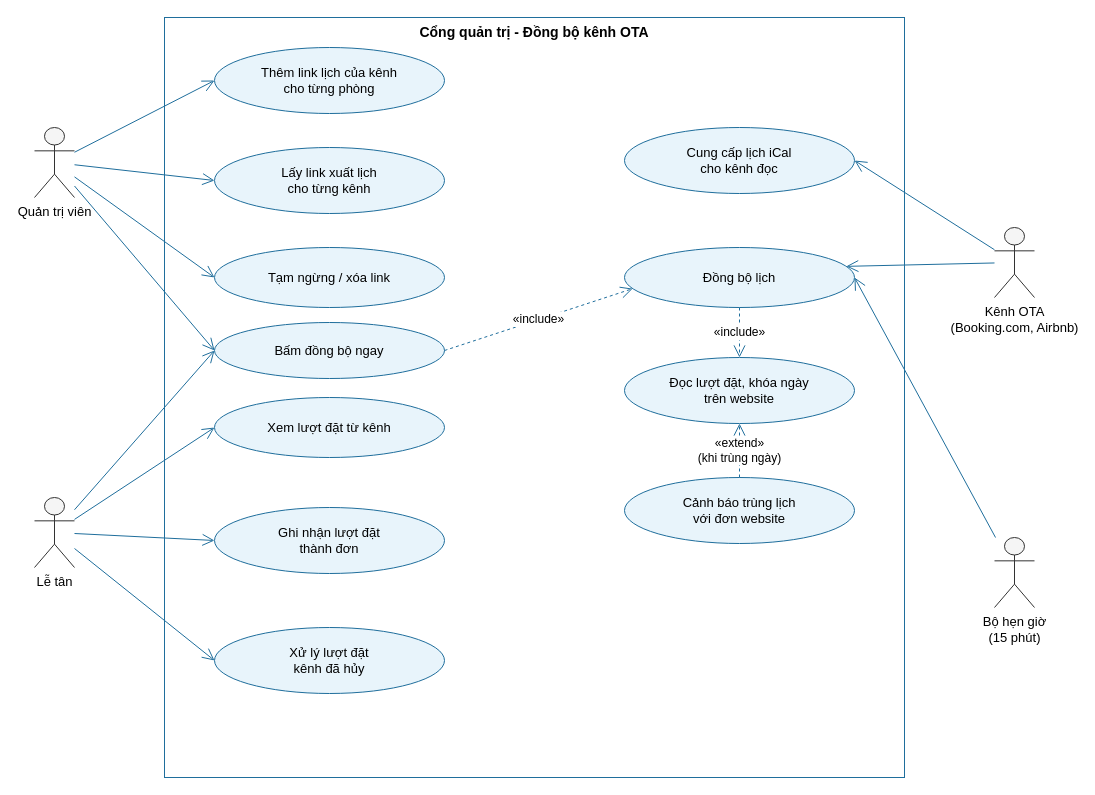
ngynquchn2511/beach-hotel keeps this draw.io diagram as docs/use-case/uc9-dong-bo-ota.drawio. Above is the earlier version. Source tidied: cells renumbered, new cells numbered last; positions are measured from the earlier drawing's top-left corner, leaving out a move shared by most shapes. Both pictures are drawn from the tidied source at 100%, with x=0, y=0 at pixel (34, 17).
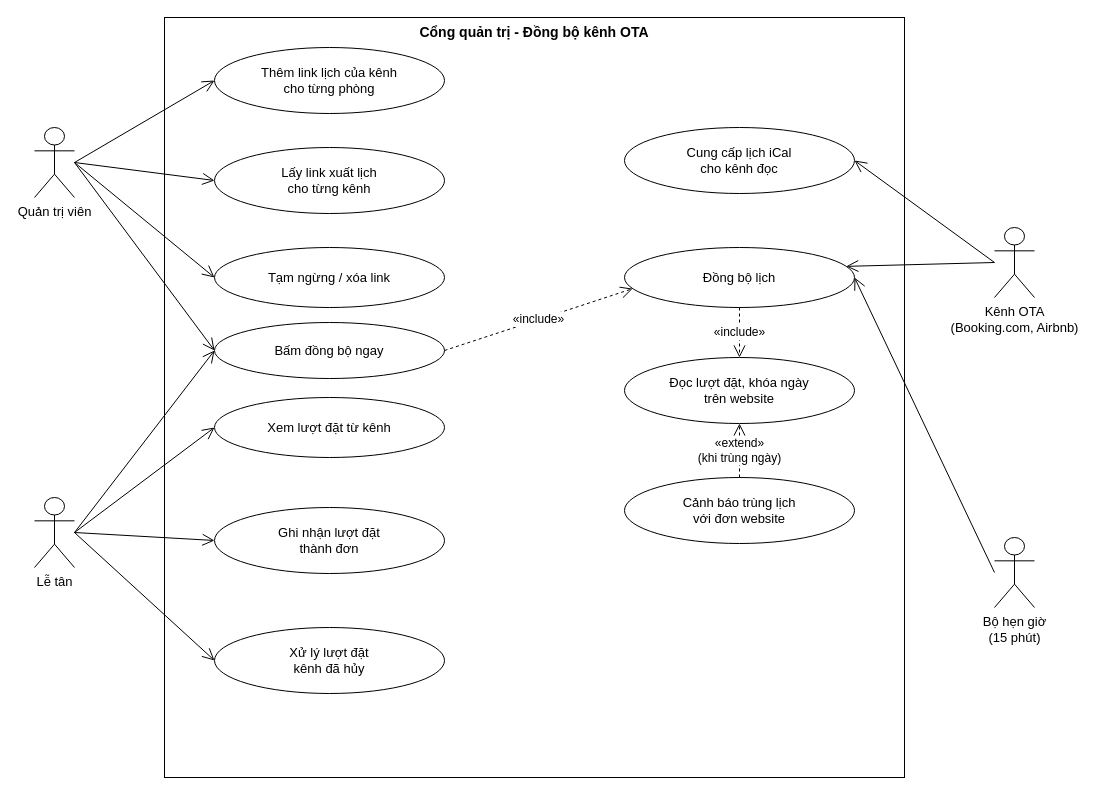
After the change.

Diff of the diagram source:
```diff
@@
-    <mxCell id="2" value="Cổng quản trị - Đồng bộ kênh OTA" style="rounded=0;whiteSpace=wrap;html=1;verticalAlign=top;fontStyle=1;fontSize=14;fillColor=none;strokeColor=#1F6E9C;" parent="1" vertex="1">
+    <mxCell id="2" value="Cổng quản trị - Đồng bộ kênh OTA" style="rounded=0;whiteSpace=wrap;html=1;verticalAlign=top;fontStyle=1;fontSize=14;fillColor=none;strokeColor=#000000;" parent="1" vertex="1">
       <mxGeometry x="130" width="740" height="760" as="geometry" />
     </mxCell>
-    <mxCell id="3" value="Quản trị viên" style="shape=umlActor;verticalLabelPosition=bottom;verticalAlign=top;html=1;outlineConnect=0;fillColor=#F5F5F5;strokeColor=#333333;fontSize=13;" parent="1" vertex="1">
+    <mxCell id="3" value="Quản trị viên" style="shape=umlActor;verticalLabelPosition=bottom;verticalAlign=top;html=1;outlineConnect=0;fillColor=#FFFFFF;strokeColor=#000000;fontSize=13;" parent="1" vertex="1">
       <mxGeometry y="110" width="40" height="70" as="geometry" />
     </mxCell>
-    <mxCell id="4" value="Lễ tân" style="shape=umlActor;verticalLabelPosition=bottom;verticalAlign=top;html=1;outlineConnect=0;fillColor=#F5F5F5;strokeColor=#333333;fontSize=13;" parent="1" vertex="1">
+    <mxCell id="4" value="Lễ tân" style="shape=umlActor;verticalLabelPosition=bottom;verticalAlign=top;html=1;outlineConnect=0;fillColor=#FFFFFF;strokeColor=#000000;fontSize=13;" parent="1" vertex="1">
       <mxGeometry y="480" width="40" height="70" as="geometry" />
     </mxCell>
-    <mxCell id="5" value="Kênh OTA&lt;br&gt;(Booking.com, Airbnb)" style="shape=umlActor;verticalLabelPosition=bottom;verticalAlign=top;html=1;outlineConnect=0;fillColor=#F5F5F5;strokeColor=#333333;fontSize=13;" parent="1" vertex="1">
+    <mxCell id="5" value="Kênh OTA&lt;br&gt;(Booking.com, Airbnb)" style="shape=umlActor;verticalLabelPosition=bottom;verticalAlign=top;html=1;outlineConnect=0;fillColor=#FFFFFF;strokeColor=#000000;fontSize=13;" parent="1" vertex="1">
       <mxGeometry x="960" y="210" width="40" height="70" as="geometry" />
     </mxCell>
-    <mxCell id="6" value="Bộ hẹn giờ&lt;br&gt;(15 phút)" style="shape=umlActor;verticalLabelPosition=bottom;verticalAlign=top;html=1;outlineConnect=0;fillColor=#F5F5F5;strokeColor=#333333;fontSize=13;" parent="1" vertex="1">
+    <mxCell id="6" value="Bộ hẹn giờ&lt;br&gt;(15 phút)" style="shape=umlActor;verticalLabelPosition=bottom;verticalAlign=top;html=1;outlineConnect=0;fillColor=#FFFFFF;strokeColor=#000000;fontSize=13;" parent="1" vertex="1">
       <mxGeometry x="960" y="520" width="40" height="70" as="geometry" />
     </mxCell>
-    <mxCell id="7" value="Thêm link lịch của kênh&lt;br&gt;cho từng phòng" style="ellipse;whiteSpace=wrap;html=1;fillColor=#E8F4FB;strokeColor=#1F6E9C;fontSize=13;" parent="1" vertex="1">
+    <mxCell id="7" value="Thêm link lịch của kênh&lt;br&gt;cho từng phòng" style="ellipse;whiteSpace=wrap;html=1;fillColor=#FFFFFF;strokeColor=#000000;fontSize=13;" parent="1" vertex="1">
       <mxGeometry x="180" y="30" width="230" height="66" as="geometry" />
     </mxCell>
-    <mxCell id="8" value="Lấy link xuất lịch&lt;br&gt;cho từng kênh" style="ellipse;whiteSpace=wrap;html=1;fillColor=#E8F4FB;strokeColor=#1F6E9C;fontSize=13;" parent="1" vertex="1">
+    <mxCell id="8" value="Lấy link xuất lịch&lt;br&gt;cho từng kênh" style="ellipse;whiteSpace=wrap;html=1;fillColor=#FFFFFF;strokeColor=#000000;fontSize=13;" parent="1" vertex="1">
       <mxGeometry x="180" y="130" width="230" height="66" as="geometry" />
     </mxCell>
-    <mxCell id="9" value="Tạm ngừng / xóa link" style="ellipse;whiteSpace=wrap;html=1;fillColor=#E8F4FB;strokeColor=#1F6E9C;fontSize=13;" parent="1" vertex="1">
+    <mxCell id="9" value="Tạm ngừng / xóa link" style="ellipse;whiteSpace=wrap;html=1;fillColor=#FFFFFF;strokeColor=#000000;fontSize=13;" parent="1" vertex="1">
       <mxGeometry x="180" y="230" width="230" height="60" as="geometry" />
     </mxCell>
-    <mxCell id="10" value="Đồng bộ lịch" style="ellipse;whiteSpace=wrap;html=1;fillColor=#E8F4FB;strokeColor=#1F6E9C;fontSize=13;" parent="1" vertex="1">
+    <mxCell id="10" value="Đồng bộ lịch" style="ellipse;whiteSpace=wrap;html=1;fillColor=#FFFFFF;strokeColor=#000000;fontSize=13;" parent="1" vertex="1">
       <mxGeometry x="590" y="230" width="230" height="60" as="geometry" />
     </mxCell>
-    <mxCell id="11" value="Đọc lượt đặt, khóa ngày&lt;br&gt;trên website" style="ellipse;whiteSpace=wrap;html=1;fillColor=#E8F4FB;strokeColor=#1F6E9C;fontSize=13;" parent="1" vertex="1">
+    <mxCell id="11" value="Đọc lượt đặt, khóa ngày&lt;br&gt;trên website" style="ellipse;whiteSpace=wrap;html=1;fillColor=#FFFFFF;strokeColor=#000000;fontSize=13;" parent="1" vertex="1">
       <mxGeometry x="590" y="340" width="230" height="66" as="geometry" />
     </mxCell>
-    <mxCell id="12" value="Cảnh báo trùng lịch&lt;br&gt;với đơn website" style="ellipse;whiteSpace=wrap;html=1;fillColor=#E8F4FB;strokeColor=#1F6E9C;fontSize=13;" parent="1" vertex="1">
+    <mxCell id="12" value="Cảnh báo trùng lịch&lt;br&gt;với đơn website" style="ellipse;whiteSpace=wrap;html=1;fillColor=#FFFFFF;strokeColor=#000000;fontSize=13;" parent="1" vertex="1">
       <mxGeometry x="590" y="460" width="230" height="66" as="geometry" />
     </mxCell>
-    <mxCell id="13" value="Xem lượt đặt từ kênh" style="ellipse;whiteSpace=wrap;html=1;fillColor=#E8F4FB;strokeColor=#1F6E9C;fontSize=13;" parent="1" vertex="1">
+    <mxCell id="13" value="Xem lượt đặt từ kênh" style="ellipse;whiteSpace=wrap;html=1;fillColor=#FFFFFF;strokeColor=#000000;fontSize=13;" parent="1" vertex="1">
       <mxGeometry x="180" y="380" width="230" height="60" as="geometry" />
     </mxCell>
-    <mxCell id="14" value="Ghi nhận lượt đặt&lt;br&gt;thành đơn" style="ellipse;whiteSpace=wrap;html=1;fillColor=#E8F4FB;strokeColor=#1F6E9C;fontSize=13;" parent="1" vertex="1">
+    <mxCell id="14" value="Ghi nhận lượt đặt&lt;br&gt;thành đơn" style="ellipse;whiteSpace=wrap;html=1;fillColor=#FFFFFF;strokeColor=#000000;fontSize=13;" parent="1" vertex="1">
       <mxGeometry x="180" y="490" width="230" height="66" as="geometry" />
     </mxCell>
-    <mxCell id="15" value="Xử lý lượt đặt&lt;br&gt;kênh đã hủy" style="ellipse;whiteSpace=wrap;html=1;fillColor=#E8F4FB;strokeColor=#1F6E9C;fontSize=13;" parent="1" vertex="1">
+    <mxCell id="15" value="Xử lý lượt đặt&lt;br&gt;kênh đã hủy" style="ellipse;whiteSpace=wrap;html=1;fillColor=#FFFFFF;strokeColor=#000000;fontSize=13;" parent="1" vertex="1">
       <mxGeometry x="180" y="610" width="230" height="66" as="geometry" />
     </mxCell>
-    <mxCell id="16" value="Cung cấp lịch iCal&lt;br&gt;cho kênh đọc" style="ellipse;whiteSpace=wrap;html=1;fillColor=#E8F4FB;strokeColor=#1F6E9C;fontSize=13;" parent="1" vertex="1">
+    <mxCell id="16" value="Cung cấp lịch iCal&lt;br&gt;cho kênh đọc" style="ellipse;whiteSpace=wrap;html=1;fillColor=#FFFFFF;strokeColor=#000000;fontSize=13;" parent="1" vertex="1">
       <mxGeometry x="590" y="110" width="230" height="66" as="geometry" />
     </mxCell>
-    <mxCell id="17" style="endArrow=open;endSize=10;html=1;strokeColor=#1F6E9C;entryX=0;entryY=0.5;entryDx=0;entryDy=0;" parent="1" edge="1" source="3" target="7">
+    <mxCell id="17" style="endArrow=open;endSize=10;html=1;strokeColor=#000000;entryX=0;entryY=0.5;entryDx=0;entryDy=0;exitX=1;exitY=0.5;exitPerimeter=0;" parent="1" edge="1" source="3" target="7">
       <mxGeometry relative="1" as="geometry" />
     </mxCell>
-    <mxCell id="18" style="endArrow=open;endSize=10;html=1;strokeColor=#1F6E9C;entryX=0;entryY=0.5;entryDx=0;entryDy=0;" parent="1" edge="1" source="3" target="8">
+    <mxCell id="18" style="endArrow=open;endSize=10;html=1;strokeColor=#000000;entryX=0;entryY=0.5;entryDx=0;entryDy=0;exitX=1;exitY=0.5;exitPerimeter=0;" parent="1" edge="1" source="3" target="8">
       <mxGeometry relative="1" as="geometry" />
     </mxCell>
-    <mxCell id="19" style="endArrow=open;endSize=10;html=1;strokeColor=#1F6E9C;entryX=0;entryY=0.5;entryDx=0;entryDy=0;" parent="1" edge="1" source="3" target="9">
+    <mxCell id="19" style="endArrow=open;endSize=10;html=1;strokeColor=#000000;entryX=0;entryY=0.5;entryDx=0;entryDy=0;exitX=1;exitY=0.5;exitPerimeter=0;" parent="1" edge="1" source="3" target="9">
       <mxGeometry relative="1" as="geometry" />
     </mxCell>
-    <mxCell id="20" value="Bấm đồng bộ ngay" style="ellipse;whiteSpace=wrap;html=1;fillColor=#E8F4FB;strokeColor=#1F6E9C;fontSize=13;" parent="1" vertex="1">
+    <mxCell id="20" value="Bấm đồng bộ ngay" style="ellipse;whiteSpace=wrap;html=1;fillColor=#FFFFFF;strokeColor=#000000;fontSize=13;" parent="1" vertex="1">
       <mxGeometry x="180" y="305" width="230" height="56" as="geometry" />
     </mxCell>
-    <mxCell id="21" style="endArrow=open;endSize=10;html=1;strokeColor=#1F6E9C;entryX=0;entryY=0.5;entryDx=0;entryDy=0;" parent="1" edge="1" source="3" target="20">
+    <mxCell id="21" style="endArrow=open;endSize=10;html=1;strokeColor=#000000;entryX=0;entryY=0.5;entryDx=0;entryDy=0;exitX=1;exitY=0.5;exitPerimeter=0;" parent="1" edge="1" source="3" target="20">
       <mxGeometry relative="1" as="geometry" />
     </mxCell>
-    <mxCell id="22" style="endArrow=open;endSize=10;html=1;strokeColor=#1F6E9C;entryX=0;entryY=0.5;entryDx=0;entryDy=0;" parent="1" edge="1" source="4" target="13">
+    <mxCell id="22" style="endArrow=open;endSize=10;html=1;strokeColor=#000000;entryX=0;entryY=0.5;entryDx=0;entryDy=0;exitX=1;exitY=0.5;exitPerimeter=0;" parent="1" edge="1" source="4" target="13">
       <mxGeometry relative="1" as="geometry" />
     </mxCell>
-    <mxCell id="23" style="endArrow=open;endSize=10;html=1;strokeColor=#1F6E9C;entryX=0;entryY=0.5;entryDx=0;entryDy=0;" parent="1" edge="1" source="4" target="14">
+    <mxCell id="23" style="endArrow=open;endSize=10;html=1;strokeColor=#000000;entryX=0;entryY=0.5;entryDx=0;entryDy=0;exitX=1;exitY=0.5;exitPerimeter=0;" parent="1" edge="1" source="4" target="14">
       <mxGeometry relative="1" as="geometry" />
     </mxCell>
-    <mxCell id="24" style="endArrow=open;endSize=10;html=1;strokeColor=#1F6E9C;entryX=0;entryY=0.5;entryDx=0;entryDy=0;" parent="1" edge="1" source="4" target="15">
+    <mxCell id="24" style="endArrow=open;endSize=10;html=1;strokeColor=#000000;entryX=0;entryY=0.5;entryDx=0;entryDy=0;exitX=1;exitY=0.5;exitPerimeter=0;" parent="1" edge="1" source="4" target="15">
       <mxGeometry relative="1" as="geometry" />
     </mxCell>
-    <mxCell id="25" style="endArrow=open;endSize=10;html=1;strokeColor=#1F6E9C;entryX=0;entryY=0.5;entryDx=0;entryDy=0;" parent="1" edge="1" source="4" target="20">
+    <mxCell id="25" style="endArrow=open;endSize=10;html=1;strokeColor=#000000;entryX=0;entryY=0.5;entryDx=0;entryDy=0;exitX=1;exitY=0.5;exitPerimeter=0;" parent="1" edge="1" source="4" target="20">
       <mxGeometry relative="1" as="geometry" />
     </mxCell>
-    <mxCell id="26" value="«include»" style="endArrow=open;endSize=10;dashed=1;html=1;strokeColor=#1F6E9C;fontSize=12;labelBackgroundColor=#FFFFFF;exitX=1;exitY=0.5;exitDx=0;exitDy=0;entryX=0;entryY=0.7;entryDx=0;entryDy=0;" parent="1" edge="1" source="20" target="10">
+    <mxCell id="26" value="«include»" style="endArrow=open;endSize=10;dashed=1;html=1;strokeColor=#000000;fontSize=12;labelBackgroundColor=#FFFFFF;exitX=1;exitY=0.5;exitDx=0;exitDy=0;entryX=0;entryY=0.7;entryDx=0;entryDy=0;" parent="1" edge="1" source="20" target="10">
       <mxGeometry relative="1" as="geometry" />
     </mxCell>
-    <mxCell id="27" style="endArrow=open;endSize=10;html=1;strokeColor=#1F6E9C;entryX=1;entryY=0.5;entryDx=0;entryDy=0;" parent="1" edge="1" source="6" target="10">
+    <mxCell id="27" style="endArrow=open;endSize=10;html=1;strokeColor=#000000;entryX=1;entryY=0.5;entryDx=0;entryDy=0;exitX=0;exitY=0.5;exitPerimeter=0;" parent="1" edge="1" source="6" target="10">
       <mxGeometry relative="1" as="geometry" />
     </mxCell>
-    <mxCell id="28" style="endArrow=open;endSize=10;html=1;strokeColor=#1F6E9C;entryX=1;entryY=0.3;entryDx=0;entryDy=0;" parent="1" edge="1" source="5" target="10">
+    <mxCell id="28" style="endArrow=open;endSize=10;html=1;strokeColor=#000000;entryX=1;entryY=0.3;entryDx=0;entryDy=0;exitX=0;exitY=0.5;exitPerimeter=0;" parent="1" edge="1" source="5" target="10">
       <mxGeometry relative="1" as="geometry" />
     </mxCell>
-    <mxCell id="29" style="endArrow=open;endSize=10;html=1;strokeColor=#1F6E9C;entryX=1;entryY=0.5;entryDx=0;entryDy=0;" parent="1" edge="1" source="5" target="16">
+    <mxCell id="29" style="endArrow=open;endSize=10;html=1;strokeColor=#000000;entryX=1;entryY=0.5;entryDx=0;entryDy=0;exitX=0;exitY=0.5;exitPerimeter=0;" parent="1" edge="1" source="5" target="16">
       <mxGeometry relative="1" as="geometry" />
     </mxCell>
-    <mxCell id="30" value="«include»" style="endArrow=open;endSize=10;dashed=1;html=1;strokeColor=#1F6E9C;fontSize=12;labelBackgroundColor=#FFFFFF;exitX=0.5;exitY=1;exitDx=0;exitDy=0;entryX=0.5;entryY=0;entryDx=0;entryDy=0;" parent="1" edge="1" source="10" target="11">
+    <mxCell id="30" value="«include»" style="endArrow=open;endSize=10;dashed=1;html=1;strokeColor=#000000;fontSize=12;labelBackgroundColor=#FFFFFF;exitX=0.5;exitY=1;exitDx=0;exitDy=0;entryX=0.5;entryY=0;entryDx=0;entryDy=0;" parent="1" edge="1" source="10" target="11">
       <mxGeometry relative="1" as="geometry" />
     </mxCell>
-    <mxCell id="31" value="«extend»&lt;br&gt;(khi trùng ngày)" style="endArrow=open;endSize=10;dashed=1;html=1;strokeColor=#1F6E9C;fontSize=12;labelBackgroundColor=#FFFFFF;exitX=0.5;exitY=0;exitDx=0;exitDy=0;entryX=0.5;entryY=1;entryDx=0;entryDy=0;" parent="1" edge="1" source="12" target="11">
+    <mxCell id="31" value="«extend»&lt;br&gt;(khi trùng ngày)" style="endArrow=open;endSize=10;dashed=1;html=1;strokeColor=#000000;fontSize=12;labelBackgroundColor=#FFFFFF;exitX=0.5;exitY=0;exitDx=0;exitDy=0;entryX=0.5;entryY=1;entryDx=0;entryDy=0;" parent="1" edge="1" source="12" target="11">
       <mxGeometry relative="1" as="geometry" />
     </mxCell>
```
